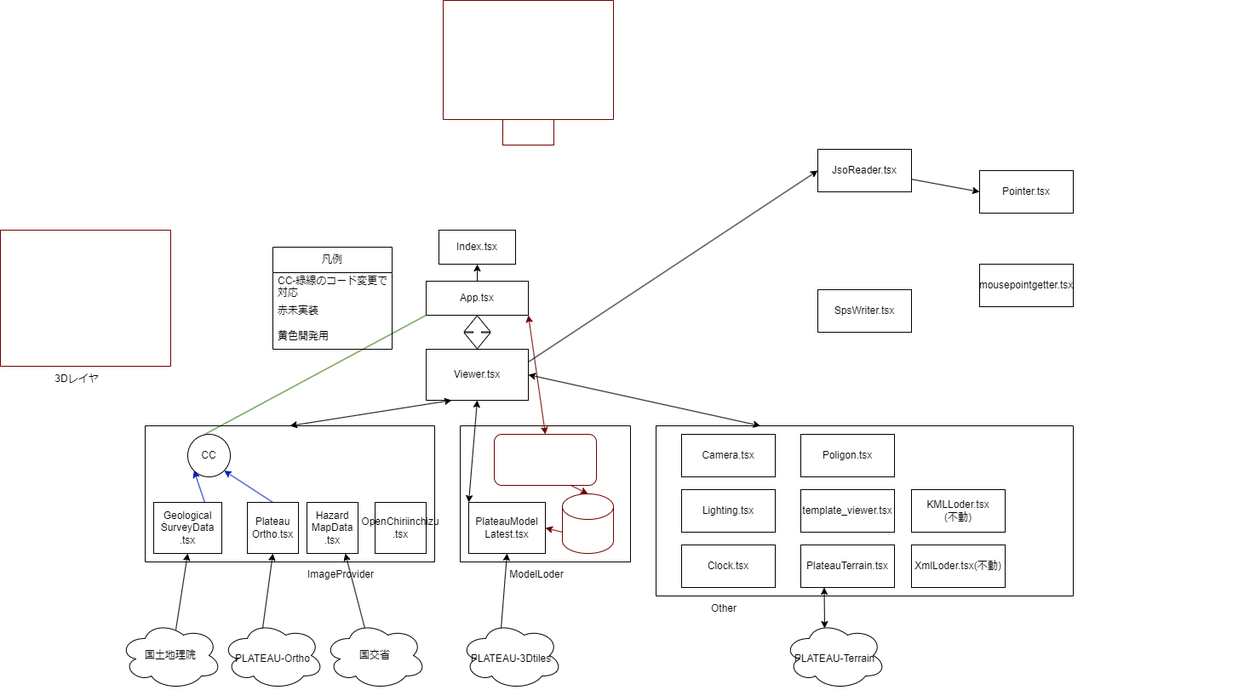
Before: sekkei.drawio.png, a diagram exported from draw.io (nanten-pi/Plateau_2024). Source tidied: cells renumbered, new cells last; positions are measured from the earlier drawing's top-left corner, leaving out a move shared by most shapes.
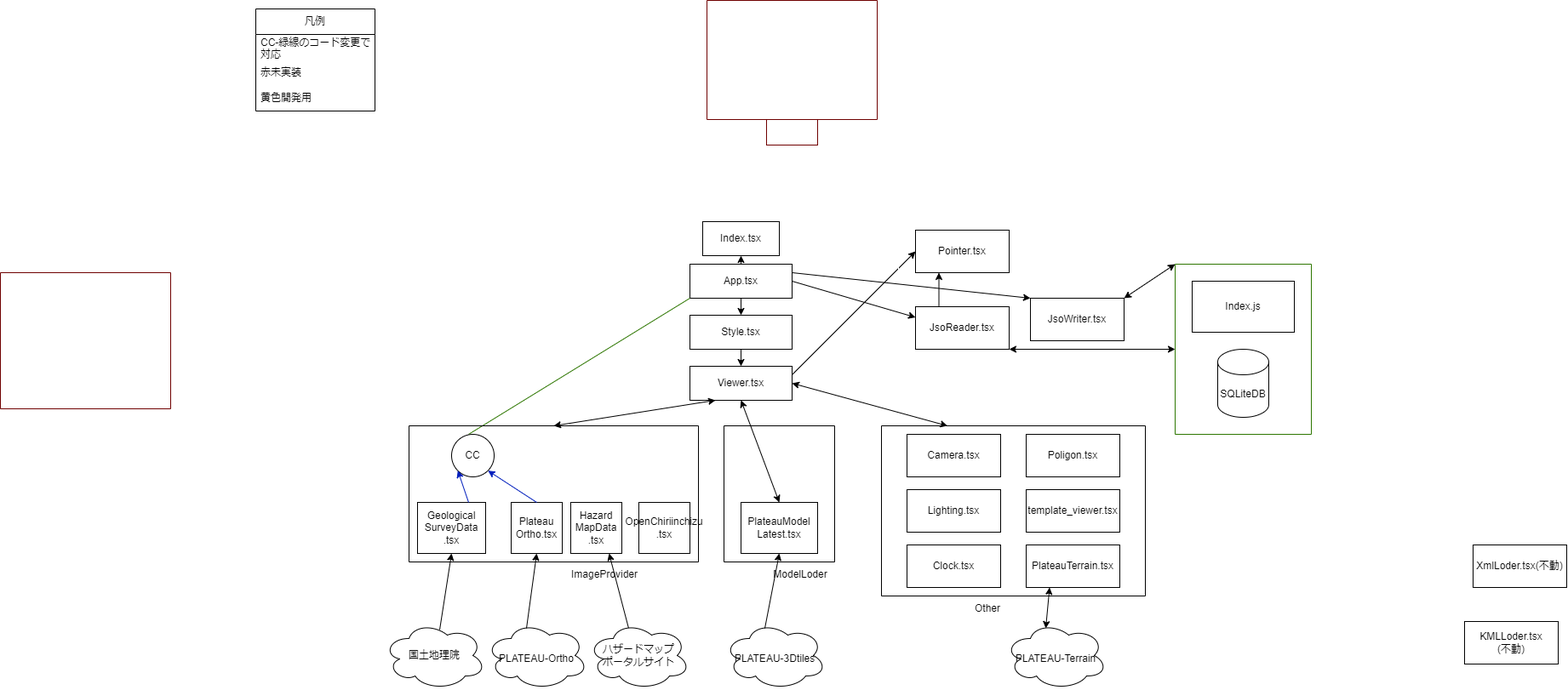
Later version of the same file.

What changed in the source:
```diff
@@ -5,17 +5,18 @@
     <mxCell id="2" style="edgeStyle=none;html=1;exitX=0.5;exitY=0;exitDx=0;exitDy=0;entryX=0.5;entryY=1;entryDx=0;entryDy=0;fontSize=12;" parent="1" edge="1" source="3" target="56">
       <mxGeometry relative="1" as="geometry" />
     </mxCell>
+    <mxCell id="64" style="edgeStyle=none;html=1;entryX=0.5;entryY=0;entryDx=0;entryDy=0;" parent="1" edge="1" source="3" target="74">
+      <mxGeometry relative="1" as="geometry" />
+    </mxCell>
     <mxCell id="3" value="App.tsx" style="rounded=0;whiteSpace=wrap;html=1;" parent="1" vertex="1">
-      <mxGeometry x="500" y="330" width="120" height="40" as="geometry" />
+      <mxGeometry x="500" y="310" width="120" height="40" as="geometry" />
     </mxCell>
+    <mxCell id="65" style="edgeStyle=none;html=1;exitX=1;exitY=0.25;exitDx=0;exitDy=0;entryX=0;entryY=0.5;entryDx=0;entryDy=0;" parent="1" edge="1" source="4" target="34">
+      <mxGeometry relative="1" as="geometry" />
+    </mxCell>
     <mxCell id="4" value="Viewer.tsx" style="rounded=0;whiteSpace=wrap;html=1;" parent="1" vertex="1">
-      <mxGeometry x="500" y="410" width="120" height="60" as="geometry" />
+      <mxGeometry x="500" y="430" width="120" height="40" as="geometry" />
     </mxCell>
-    <mxCell id="5" style="shape=flexArrow;endArrow=classic;startArrow=classic;html=1;exitX=0.5;exitY=0;exitDx=0;exitDy=0;" parent="1" edge="1" source="4">
-      <mxGeometry relative="1" as="geometry">
-        <mxPoint x="560" y="370" as="targetPoint" />
-      </mxGeometry>
-    </mxCell>
     <mxCell id="6" style="endArrow=none;html=1;entryX=0;entryY=1;entryDx=0;entryDy=0;exitX=0.4;exitY=0;exitDx=0;exitDy=0;exitPerimeter=0;fillColor=#60a917;strokeColor=#2D7600;" parent="1" edge="1" source="15" target="3">
       <mxGeometry relative="1" as="geometry" />
     </mxCell>
@@ -23,7 +24,7 @@
       <mxGeometry relative="1" as="geometry" />
     </mxCell>
     <mxCell id="8" value="凡例" style="swimlane;fontStyle=0;horizontal=1;startSize=30;whiteSpace=wrap;html=1;" parent="1" vertex="1">
-      <mxGeometry x="320" y="290" width="140" height="120" as="geometry" />
+      <mxGeometry x="-10" y="10" width="140" height="120" as="geometry" />
     </mxCell>
     <mxCell id="9" value="CC-緑線のコード変更で対応" style="text;strokeColor=none;fillColor=none;align=left;verticalAlign=middle;spacingLeft=4;spacingRight=4;overflow=hidden;whiteSpace=wrap;html=1;" parent="8" vertex="1">
       <mxGeometry y="30" width="140" height="30" as="geometry" />
@@ -62,58 +63,40 @@
       <mxGeometry x="370" y="660" width="60" height="30" as="geometry" />
     </mxCell>
     <mxCell id="21" style="swimlane;startSize=0;" parent="1" vertex="1">
-      <mxGeometry x="540" y="500" width="200" height="160" as="geometry" />
+      <mxGeometry x="540" y="500" width="130" height="160" as="geometry" />
     </mxCell>
     <mxCell id="22" value="PlateauModel&lt;br&gt;Latest.tsx" style="rounded=0;whiteSpace=wrap;html=1;" parent="21" vertex="1">
-      <mxGeometry x="10" y="90" width="90" height="60" as="geometry" />
+      <mxGeometry x="20" y="90" width="90" height="60" as="geometry" />
     </mxCell>
-    <mxCell id="23" style="edgeStyle=none;html=1;exitX=0.75;exitY=1;exitDx=0;exitDy=0;entryX=0.5;entryY=0;entryDx=0;entryDy=0;entryPerimeter=0;fillColor=#a20025;strokeColor=#6F0000;" parent="21" edge="1" source="24" target="26">
-      <mxGeometry relative="1" as="geometry" />
-    </mxCell>
-    <mxCell id="24" value="ModelSelector.tsx" style="rounded=1;whiteSpace=wrap;html=1;fillColor=none;fontColor=#ffffff;strokeColor=#6F0000;" parent="21" vertex="1">
-      <mxGeometry x="40" y="10" width="120" height="60" as="geometry" />
-    </mxCell>
-    <mxCell id="25" style="edgeStyle=none;html=1;exitX=0;exitY=0;exitDx=0;exitDy=45;exitPerimeter=0;entryX=1;entryY=0.5;entryDx=0;entryDy=0;fillColor=#a20025;strokeColor=#6F0000;" parent="21" edge="1" source="26" target="22">
-      <mxGeometry relative="1" as="geometry" />
-    </mxCell>
-    <mxCell id="26" value="Pathlist" style="shape=cylinder3;whiteSpace=wrap;html=1;boundedLbl=1;backgroundOutline=1;size=15;fillColor=none;fontColor=#ffffff;strokeColor=#6F0000;" parent="21" vertex="1">
-      <mxGeometry x="120" y="80" width="60" height="70" as="geometry" />
-    </mxCell>
-    <mxCell id="27" style="endArrow=classic;startArrow=classic;html=1;entryX=0.5;entryY=1;entryDx=0;entryDy=0;exitX=0;exitY=0;exitDx=0;exitDy=0;" parent="1" edge="1" source="22" target="4">
+    <mxCell id="27" style="endArrow=classic;startArrow=classic;html=1;entryX=0.5;entryY=1;entryDx=0;entryDy=0;exitX=0.5;exitY=0;exitDx=0;exitDy=0;" parent="1" edge="1" source="22" target="4">
       <mxGeometry relative="1" as="geometry" />
     </mxCell>
-    <mxCell id="28" style="endArrow=classic;startArrow=classic;html=1;exitX=0.5;exitY=0;exitDx=0;exitDy=0;entryX=1;entryY=1;entryDx=0;entryDy=0;fillColor=#a20025;strokeColor=#6F0000;" parent="1" edge="1" source="24" target="3">
-      <mxGeometry relative="1" as="geometry" />
-    </mxCell>
     <mxCell id="29" value="ModelLoder" style="text;html=1;strokeColor=none;fillColor=none;align=center;verticalAlign=middle;whiteSpace=wrap;rounded=0;" parent="1" vertex="1">
       <mxGeometry x="600" y="660" width="60" height="30" as="geometry" />
     </mxCell>
     <mxCell id="30" style="swimlane;startSize=0;fillColor=none;fontColor=#ffffff;strokeColor=#FFFFFF;" parent="1" vertex="1">
-      <mxGeometry x="915" y="160" width="545" height="260" as="geometry" />
+      <mxGeometry x="745" y="260" width="290" height="160" as="geometry" />
     </mxCell>
-    <mxCell id="31" style="edgeStyle=none;html=1;entryX=0;entryY=0.5;entryDx=0;entryDy=0;" parent="30" edge="1" source="32" target="34">
-      <mxGeometry relative="1" as="geometry" />
-    </mxCell>
-    <mxCell id="32" value="JsoReader.tsx" style="rounded=0;whiteSpace=wrap;html=1;fillColor=none;" parent="30" vertex="1">
-      <mxGeometry x="45" y="15" width="110" height="50" as="geometry" />
-    </mxCell>
-    <mxCell id="33" value="SpsWriter.tsx" style="rounded=0;whiteSpace=wrap;html=1;fillColor=none;" parent="30" vertex="1">
-      <mxGeometry x="45" y="180" width="110" height="50" as="geometry" />
+    <mxCell id="33" value="JsoWriter.tsx" style="rounded=0;whiteSpace=wrap;html=1;fillColor=none;" parent="30" vertex="1">
+      <mxGeometry x="155" y="90" width="110" height="50" as="geometry" />
     </mxCell>
     <mxCell id="34" value="Pointer.tsx" style="rounded=0;whiteSpace=wrap;html=1;fillColor=none;" parent="30" vertex="1">
-      <mxGeometry x="235" y="40" width="110" height="50" as="geometry" />
+      <mxGeometry x="20" y="10" width="110" height="50" as="geometry" />
     </mxCell>
-    <mxCell id="35" value="mousepointgetter.tsx" style="rounded=0;whiteSpace=wrap;html=1;fillColor=none;" parent="30" vertex="1">
-      <mxGeometry x="235" y="150" width="110" height="50" as="geometry" />
-    </mxCell>
+    <mxCell id="32" value="JsoReader.tsx" style="rounded=0;whiteSpace=wrap;html=1;fillColor=none;" parent="30" vertex="1">
+      <mxGeometry x="20" y="100" width="110" height="50" as="geometry" />
+    </mxCell>
+    <mxCell id="66" style="endArrow=classic;html=1;exitX=0.25;exitY=0;exitDx=0;exitDy=0;entryX=0.25;entryY=1;entryDx=0;entryDy=0;" parent="30" edge="1" source="32" target="34">
+      <mxGeometry relative="1" as="geometry" />
+    </mxCell>
     <mxCell id="36" value="Editor" style="text;html=1;strokeColor=#FFFFFF;fillColor=none;align=center;verticalAlign=middle;whiteSpace=wrap;rounded=0;fontColor=#ffffff;" parent="1" vertex="1">
-      <mxGeometry x="985" y="420" width="60" height="30" as="geometry" />
+      <mxGeometry x="800" y="420" width="60" height="30" as="geometry" />
     </mxCell>
     <mxCell id="37" style="endArrow=classic;startArrow=classic;html=1;entryX=1;entryY=0.5;entryDx=0;entryDy=0;exitX=0.25;exitY=0;exitDx=0;exitDy=0;" parent="1" edge="1" source="38" target="4">
       <mxGeometry relative="1" as="geometry" />
     </mxCell>
     <mxCell id="38" style="swimlane;startSize=0;fillColor=none;" parent="1" vertex="1">
-      <mxGeometry x="770" y="500" width="490" height="200" as="geometry" />
+      <mxGeometry x="725" y="500" width="310" height="200" as="geometry" />
     </mxCell>
     <mxCell id="39" value="PlateauTerrain.tsx" style="rounded=0;whiteSpace=wrap;html=1;fillColor=none;" parent="38" vertex="1">
       <mxGeometry x="170" y="140" width="110" height="50" as="geometry" />
@@ -130,20 +113,14 @@
     <mxCell id="43" value="template_viewer.tsx" style="rounded=0;whiteSpace=wrap;html=1;fillColor=none;" parent="38" vertex="1">
       <mxGeometry x="170" y="75" width="110" height="50" as="geometry" />
     </mxCell>
-    <mxCell id="44" value="XmlLoder.tsx(不動)" style="rounded=0;whiteSpace=wrap;html=1;fillColor=none;" parent="38" vertex="1">
-      <mxGeometry x="300" y="140" width="110" height="50" as="geometry" />
-    </mxCell>
     <mxCell id="45" value="Poligon.tsx" style="rounded=0;whiteSpace=wrap;html=1;fillColor=none;" parent="38" vertex="1">
       <mxGeometry x="170" y="10" width="110" height="50" as="geometry" />
     </mxCell>
-    <mxCell id="46" value="KMLLoder.tsx&lt;br&gt;(不動)" style="rounded=0;whiteSpace=wrap;html=1;fillColor=none;" parent="38" vertex="1">
-      <mxGeometry x="300" y="75" width="110" height="50" as="geometry" />
-    </mxCell>
     <mxCell id="47" value="Other" style="text;html=1;strokeColor=none;fillColor=none;align=center;verticalAlign=middle;whiteSpace=wrap;rounded=0;" parent="1" vertex="1">
       <mxGeometry x="820" y="700" width="60" height="30" as="geometry" />
     </mxCell>
     <mxCell id="48" value="&lt;h1 dir=&quot;auto&quot; class=&quot;heading-element&quot; tabindex=&quot;-1&quot;&gt;&lt;span style=&quot;font-weight: normal;&quot;&gt;&lt;font style=&quot;font-size: 12px;&quot;&gt;PLATEAU-Terrain&lt;/font&gt;&lt;/span&gt;&lt;/h1&gt;" style="ellipse;shape=cloud;whiteSpace=wrap;html=1;fillColor=none;" parent="1" vertex="1">
-      <mxGeometry x="920" y="730" width="120" height="80" as="geometry" />
+      <mxGeometry x="870" y="730" width="120" height="80" as="geometry" />
     </mxCell>
     <mxCell id="49" style="endArrow=classic;startArrow=classic;html=1;fontSize=12;exitX=0.4;exitY=0.1;exitDx=0;exitDy=0;exitPerimeter=0;entryX=0.25;entryY=1;entryDx=0;entryDy=0;" parent="1" edge="1" source="48" target="39">
       <mxGeometry relative="1" as="geometry" />
@@ -167,7 +144,7 @@
       <mxGeometry x="590" y="140" width="60" height="30" as="geometry" />
     </mxCell>
     <mxCell id="56" value="Index.tsx" style="rounded=0;whiteSpace=wrap;html=1;fontSize=12;fillColor=none;" parent="1" vertex="1">
-      <mxGeometry x="515" y="270" width="90" height="40" as="geometry" />
+      <mxGeometry x="515" y="260" width="90" height="40" as="geometry" />
     </mxCell>
     <mxCell id="57" value="国土地理院" style="ellipse;shape=cloud;whiteSpace=wrap;html=1;" parent="1" vertex="1">
       <mxGeometry x="140" y="730" width="120" height="80" as="geometry" />
@@ -175,20 +152,47 @@
     <mxCell id="58" style="edgeStyle=none;html=1;exitX=0.4;exitY=0.1;exitDx=0;exitDy=0;exitPerimeter=0;entryX=0.75;entryY=1;entryDx=0;entryDy=0;" parent="1" edge="1" source="59" target="18">
       <mxGeometry relative="1" as="geometry" />
     </mxCell>
-    <mxCell id="59" value="国交省" style="ellipse;shape=cloud;whiteSpace=wrap;html=1;" parent="1" vertex="1">
+    <mxCell id="59" value="ハザードマップ&lt;br&gt;ポータルサイト" style="ellipse;shape=cloud;whiteSpace=wrap;html=1;" parent="1" vertex="1">
       <mxGeometry x="380" y="730" width="120" height="80" as="geometry" />
     </mxCell>
     <mxCell id="60" style="endArrow=classic;html=1;entryX=0.5;entryY=1;entryDx=0;entryDy=0;exitX=0.55;exitY=0.123;exitDx=0;exitDy=0;exitPerimeter=0;" parent="1" edge="1" source="57" target="14">
       <mxGeometry relative="1" as="geometry" />
     </mxCell>
     <mxCell id="61" style="swimlane;startSize=0;fillColor=#a20025;fontColor=#ffffff;strokeColor=#6F0000;" parent="1" vertex="1">
-      <mxGeometry y="270" width="200" height="160" as="geometry" />
+      <mxGeometry x="-310" y="320" width="200" height="160" as="geometry" />
     </mxCell>
-    <mxCell id="62" value="3Dレイヤ" style="text;html=1;strokeColor=none;fillColor=none;align=center;verticalAlign=middle;whiteSpace=wrap;rounded=0;" parent="1" vertex="1">
-      <mxGeometry x="60" y="430" width="60" height="30" as="geometry" />
-    </mxCell>
-    <mxCell id="63" style="endArrow=classic;html=1;entryX=0;entryY=0.5;entryDx=0;entryDy=0;exitX=1;exitY=0.25;exitDx=0;exitDy=0;" parent="1" edge="1" source="4" target="32">
-      <mxGeometry relative="1" as="geometry" />
-    </mxCell>
+    <mxCell id="31" style="edgeStyle=none;html=1;exitX=1;exitY=0.5;exitDx=0;exitDy=0;entryX=0;entryY=0.25;entryDx=0;entryDy=0;" parent="1" edge="1" source="3" target="32">
+      <mxGeometry relative="1" as="geometry" />
+    </mxCell>
+    <mxCell id="67" style="edgeStyle=none;html=1;exitX=1;exitY=0.25;exitDx=0;exitDy=0;entryX=0;entryY=0;entryDx=0;entryDy=0;" parent="1" edge="1" source="3" target="33">
+      <mxGeometry relative="1" as="geometry" />
+    </mxCell>
+    <mxCell id="46" value="KMLLoder.tsx&lt;br&gt;(不動)" style="rounded=0;whiteSpace=wrap;html=1;fillColor=none;" parent="1" vertex="1">
+      <mxGeometry x="1410" y="730" width="110" height="50" as="geometry" />
+    </mxCell>
+    <mxCell id="44" value="XmlLoder.tsx(不動)" style="rounded=0;whiteSpace=wrap;html=1;fillColor=none;" parent="1" vertex="1">
+      <mxGeometry x="1420" y="640" width="110" height="50" as="geometry" />
+    </mxCell>
+    <mxCell id="68" style="swimlane;startSize=0;fillColor=#60a917;fontColor=#ffffff;strokeColor=#2D7600;" parent="1" vertex="1">
+      <mxGeometry x="1070" y="310" width="160" height="200" as="geometry" />
+    </mxCell>
+    <mxCell id="69" value="SQLiteDB" style="shape=cylinder3;whiteSpace=wrap;html=1;boundedLbl=1;backgroundOutline=1;size=15;" parent="68" vertex="1">
+      <mxGeometry x="50" y="100" width="60" height="80" as="geometry" />
+    </mxCell>
+    <mxCell id="70" value="Index.js" style="rounded=0;whiteSpace=wrap;html=1;" parent="68" vertex="1">
+      <mxGeometry x="20" y="20" width="120" height="60" as="geometry" />
+    </mxCell>
+    <mxCell id="71" style="endArrow=classic;startArrow=classic;html=1;entryX=0;entryY=0;entryDx=0;entryDy=0;exitX=1;exitY=0;exitDx=0;exitDy=0;" parent="1" edge="1" source="33" target="68">
+      <mxGeometry relative="1" as="geometry" />
+    </mxCell>
+    <mxCell id="72" style="endArrow=classic;startArrow=classic;html=1;entryX=0;entryY=0.5;entryDx=0;entryDy=0;exitX=1;exitY=1;exitDx=0;exitDy=0;" parent="1" edge="1" source="32" target="68">
+      <mxGeometry relative="1" as="geometry" />
+    </mxCell>
+    <mxCell id="73" style="edgeStyle=none;html=1;exitX=0.5;exitY=1;exitDx=0;exitDy=0;entryX=0.5;entryY=0;entryDx=0;entryDy=0;" parent="1" edge="1" source="74" target="4">
+      <mxGeometry relative="1" as="geometry" />
+    </mxCell>
+    <mxCell id="74" value="Style.tsx" style="rounded=0;whiteSpace=wrap;html=1;" parent="1" vertex="1">
+      <mxGeometry x="500" y="370" width="120" height="40" as="geometry" />
+    </mxCell>
   </root>
 </mxGraphModel>
```
